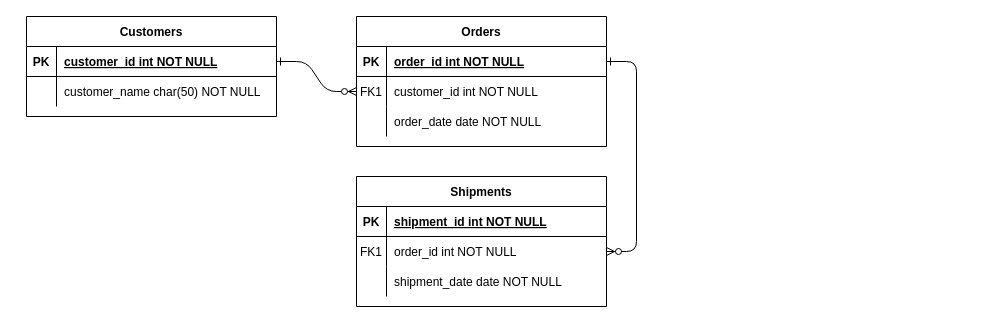
Earlier version of the draw.io diagram Diagrama sem nome.drawio (annynlinhares/WEB-2022). Source tidied: cells renumbered, new cells numbered last; positions are measured from the earlier drawing's top-left corner, leaving out a move shared by most shapes. Both pictures are drawn from the tidied source at 100%, with x=0, y=0 at pixel (26, 16).
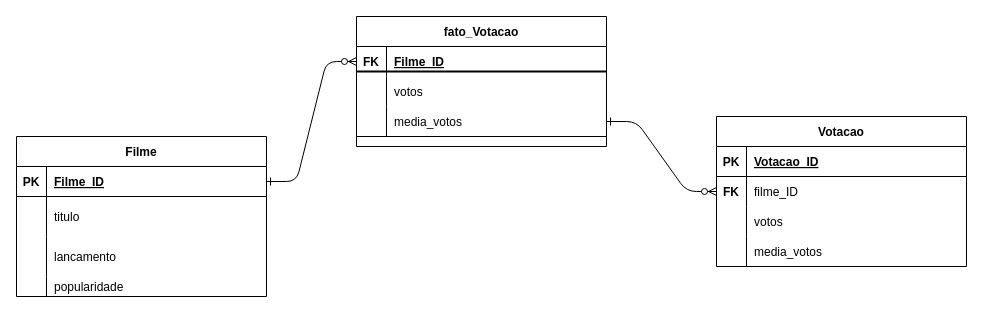
The same diagram, later.

Commit message:
tabela_filmes

The change refers to these unchanged cells:
```xml
<mxCell id="15" style="shape=partialRectangle;fillColor=none;top=0;left=0;right=0;bottom=1;" parent="14" vertex="1">
  <mxGeometry y="30" width="250" height="30" as="geometry" />
</mxCell>
<mxCell id="18" style="shape=partialRectangle;fillColor=none;points=[[0,0.5],[1,0.5]];portConstraint=eastwest;top=0;left=0;right=0;bottom=0;" parent="14" vertex="1">
  <mxGeometry y="60" width="250" height="30" as="geometry" />
</mxCell>
<mxCell id="25" style="shape=partialRectangle;fillColor=none;points=[[0,0.5],[1,0.5]];portConstraint=eastwest;top=0;left=0;right=0;bottom=1;" parent="24" vertex="1">
  <mxGeometry y="30" width="250" height="30" as="geometry" />
</mxCell>
```

The edit, as a diff of the source:
```diff
@@
-    <mxCell id="4" value="Orders" style="shape=table;startSize=30;childLayout=tableLayout;rowLines=0;fontStyle=1;align=center;" parent="1" vertex="1">
+    <mxCell id="4" value="fato_Votacao" style="shape=table;startSize=30;childLayout=tableLayout;rowLines=0;fontStyle=1;align=center;" parent="1" vertex="1">
       <mxGeometry x="330" width="250" height="130" as="geometry" />
     </mxCell>
-    <mxCell id="5" style="shape=partialRectangle;fillColor=none;points=[[0,0.5],[1,0.5]];portConstraint=eastwest;top=0;left=0;right=0;bottom=1;" parent="4" vertex="1">
-      <mxGeometry y="30" width="250" height="30" as="geometry" />
-    </mxCell>
-    <mxCell id="6" value="PK" style="shape=partialRectangle;overflow=hidden;fillColor=none;top=0;left=0;bottom=0;right=0;fontStyle=1;" parent="5" vertex="1">
-      <mxGeometry width="30" height="30" as="geometry" />
-    </mxCell>
-    <mxCell id="7" value="order_id int NOT NULL " style="shape=partialRectangle;overflow=hidden;fillColor=none;top=0;left=0;bottom=0;right=0;align=left;spacingLeft=6;fontStyle=5;" parent="5" vertex="1">
-      <mxGeometry x="30" width="220" height="30" as="geometry" />
-    </mxCell>
     <mxCell id="8" style="shape=partialRectangle;fillColor=none;points=[[0,0.5],[1,0.5]];portConstraint=eastwest;top=0;left=0;right=0;bottom=0;" parent="4" vertex="1">
-      <mxGeometry y="60" width="250" height="30" as="geometry" />
+      <mxGeometry y="30" width="250" height="30" as="geometry" />
     </mxCell>
-    <mxCell id="9" value="FK1" style="shape=partialRectangle;overflow=hidden;fillColor=none;top=0;left=0;bottom=0;right=0;" parent="8" vertex="1">
+    <mxCell id="9" value="FK" style="shape=partialRectangle;overflow=hidden;fillColor=none;top=0;left=0;bottom=0;right=0;fontStyle=1;" parent="8" vertex="1">
       <mxGeometry width="30" height="30" as="geometry" />
     </mxCell>
-    <mxCell id="10" value="customer_id int NOT NULL" style="shape=partialRectangle;overflow=hidden;fillColor=none;top=0;left=0;bottom=0;right=0;align=left;spacingLeft=6;" parent="8" vertex="1">
+    <mxCell id="10" value="Filme_ID" style="shape=partialRectangle;overflow=hidden;fillColor=none;top=0;left=0;bottom=0;right=0;align=left;spacingLeft=6;fontStyle=5;" parent="8" vertex="1">
       <mxGeometry x="30" width="220" height="30" as="geometry" />
     </mxCell>
     <mxCell id="11" style="shape=partialRectangle;fillColor=none;top=0;left=0;right=0;bottom=0;" parent="4" vertex="1">
-      <mxGeometry y="90" width="250" height="30" as="geometry" />
+      <mxGeometry y="60" width="250" height="30" as="geometry" />
     </mxCell>
-    <mxCell id="12" style="shape=partialRectangle;overflow=hidden;fillColor=none;top=0;left=0;bottom=0;right=0;" parent="11" vertex="1">
+    <mxCell id="12" style="shape=partialRectangle;overflow=hidden;fillColor=none;top=0;left=0;bottom=0;right=0;fontStyle=1;" parent="11" vertex="1">
       <mxGeometry width="30" height="30" as="geometry" />
     </mxCell>
-    <mxCell id="13" value="order_date date NOT NULL" style="shape=partialRectangle;overflow=hidden;fillColor=none;top=0;left=0;bottom=0;right=0;align=left;spacingLeft=6;" parent="11" vertex="1">
+    <mxCell id="13" value="votos" style="shape=partialRectangle;overflow=hidden;fillColor=none;top=0;left=0;bottom=0;right=0;align=left;spacingLeft=6;" parent="11" vertex="1">
       <mxGeometry x="30" width="220" height="30" as="geometry" />
     </mxCell>
+    <mxCell id="5" style="shape=partialRectangle;fillColor=none;points=[[0,0.5],[1,0.5]];portConstraint=eastwest;top=0;left=0;right=0;bottom=1;" parent="4" vertex="1">
+      <mxGeometry y="90" width="250" height="30" as="geometry" />
+    </mxCell>
+    <mxCell id="6" style="shape=partialRectangle;overflow=hidden;fillColor=none;top=0;left=0;bottom=0;right=0;fontStyle=1;" parent="5" vertex="1">
+      <mxGeometry width="30" height="30" as="geometry" />
+    </mxCell>
+    <mxCell id="7" value="media_votos" style="shape=partialRectangle;overflow=hidden;fillColor=none;top=0;left=0;bottom=0;right=0;align=left;spacingLeft=6;fontStyle=0;" parent="5" vertex="1">
+      <mxGeometry x="30" width="220" height="30" as="geometry" />
+    </mxCell>
-    <mxCell id="14" value="Shipments" style="shape=table;startSize=30;childLayout=tableLayout;rowLines=0;fontStyle=1;align=center;" parent="1" vertex="1">
-      <mxGeometry x="330" y="160" width="250" height="130" as="geometry" />
+    <mxCell id="14" value="Votacao" style="shape=table;startSize=30;childLayout=tableLayout;rowLines=0;fontStyle=1;align=center;" parent="1" vertex="1">
+      <mxGeometry x="690" y="100" width="250" height="150" as="geometry" />
     </mxCell>
@@
-    <mxCell id="17" value="shipment_id int NOT NULL " style="shape=partialRectangle;overflow=hidden;fillColor=none;top=0;left=0;bottom=0;right=0;align=left;spacingLeft=6;fontStyle=5;" parent="15" vertex="1">
+    <mxCell id="17" value="Votacao_ID" style="shape=partialRectangle;overflow=hidden;fillColor=none;top=0;left=0;bottom=0;right=0;align=left;spacingLeft=6;fontStyle=5;" parent="15" vertex="1">
       <mxGeometry x="30" width="220" height="30" as="geometry" />
     </mxCell>
@@
-    <mxCell id="19" value="FK1" style="shape=partialRectangle;overflow=hidden;fillColor=none;top=0;left=0;bottom=0;right=0;" parent="18" vertex="1">
+    <mxCell id="19" value="FK" style="shape=partialRectangle;overflow=hidden;fillColor=none;top=0;left=0;bottom=0;right=0;fontStyle=1;" parent="18" vertex="1">
       <mxGeometry width="30" height="30" as="geometry" />
     </mxCell>
-    <mxCell id="20" value="order_id int NOT NULL" style="shape=partialRectangle;overflow=hidden;fillColor=none;top=0;left=0;bottom=0;right=0;align=left;spacingLeft=6;" parent="18" vertex="1">
+    <mxCell id="20" value="filme_ID" style="shape=partialRectangle;overflow=hidden;fillColor=none;top=0;left=0;bottom=0;right=0;align=left;spacingLeft=6;" parent="18" vertex="1">
       <mxGeometry x="30" width="220" height="30" as="geometry" />
     </mxCell>
+    <mxCell id="31" style="shape=partialRectangle;fillColor=none;top=0;left=0;right=0;bottom=0;" parent="14" vertex="1">
+      <mxGeometry y="90" width="250" height="30" as="geometry" />
+    </mxCell>
+    <mxCell id="32" style="shape=partialRectangle;overflow=hidden;fillColor=none;top=0;left=0;bottom=0;right=0;fontStyle=1;" parent="31" vertex="1">
+      <mxGeometry width="30" height="30" as="geometry" />
+    </mxCell>
+    <mxCell id="33" value="votos" style="shape=partialRectangle;overflow=hidden;fillColor=none;top=0;left=0;bottom=0;right=0;align=left;spacingLeft=6;" parent="31" vertex="1">
+      <mxGeometry x="30" width="220" height="30" as="geometry" />
+    </mxCell>
     <mxCell id="21" style="shape=partialRectangle;fillColor=none;top=0;left=0;right=0;bottom=0;" parent="14" vertex="1">
-      <mxGeometry y="90" width="250" height="30" as="geometry" />
+      <mxGeometry y="120" width="250" height="30" as="geometry" />
     </mxCell>
@@
-    <mxCell id="23" value="shipment_date date NOT NULL" style="shape=partialRectangle;overflow=hidden;fillColor=none;top=0;left=0;bottom=0;right=0;align=left;spacingLeft=6;" parent="21" vertex="1">
+    <mxCell id="23" value="media_votos" style="shape=partialRectangle;overflow=hidden;fillColor=none;top=0;left=0;bottom=0;right=0;align=left;spacingLeft=6;" parent="21" vertex="1">
       <mxGeometry x="30" width="220" height="30" as="geometry" />
     </mxCell>
-    <mxCell id="24" value="Customers" style="shape=table;startSize=30;childLayout=tableLayout;rowLines=0;fontStyle=1;align=center;" parent="1" vertex="1">
-      <mxGeometry width="250" height="100" as="geometry" />
+    <mxCell id="24" value="Filme" style="shape=table;startSize=30;childLayout=tableLayout;rowLines=0;fontStyle=1;align=center;" parent="1" vertex="1">
+      <mxGeometry x="-10" y="120" width="250" height="160" as="geometry" />
     </mxCell>
@@
-    <mxCell id="27" value="customer_id int NOT NULL " style="shape=partialRectangle;overflow=hidden;fillColor=none;top=0;left=0;bottom=0;right=0;align=left;spacingLeft=6;fontStyle=5;" parent="25" vertex="1">
+    <mxCell id="27" value="Filme_ID" style="shape=partialRectangle;overflow=hidden;fillColor=none;top=0;left=0;bottom=0;right=0;align=left;spacingLeft=6;fontStyle=5;" parent="25" vertex="1">
       <mxGeometry x="30" width="220" height="30" as="geometry" />
     </mxCell>
     <mxCell id="28" style="shape=partialRectangle;fillColor=none;top=0;left=0;right=0;bottom=0;" parent="24" vertex="1">
-      <mxGeometry y="60" width="250" height="30" as="geometry" />
+      <mxGeometry y="60" width="250" height="40" as="geometry" />
     </mxCell>
-    <mxCell id="29" style="shape=partialRectangle;overflow=hidden;fillColor=none;top=0;left=0;bottom=0;right=0;" parent="28" vertex="1">
-      <mxGeometry width="30" height="30" as="geometry" />
+    <mxCell id="29" style="shape=partialRectangle;overflow=hidden;fillColor=none;top=0;left=0;bottom=0;right=0;fontStyle=1;" parent="28" vertex="1">
+      <mxGeometry width="30" height="40" as="geometry" />
     </mxCell>
-    <mxCell id="30" value="customer_name char(50) NOT NULL" style="shape=partialRectangle;overflow=hidden;fillColor=none;top=0;left=0;bottom=0;right=0;align=left;spacingLeft=6;" parent="28" vertex="1">
-      <mxGeometry x="30" width="220" height="30" as="geometry" />
+    <mxCell id="30" value="titulo" style="shape=partialRectangle;overflow=hidden;fillColor=none;top=0;left=0;bottom=0;right=0;align=left;spacingLeft=6;" parent="28" vertex="1">
+      <mxGeometry x="30" width="220" height="40" as="geometry" />
     </mxCell>
+    <mxCell id="34" style="shape=partialRectangle;fillColor=none;top=0;left=0;right=0;bottom=0;" parent="24" vertex="1">
+      <mxGeometry y="100" width="250" height="40" as="geometry" />
+    </mxCell>
+    <mxCell id="35" style="shape=partialRectangle;overflow=hidden;fillColor=none;top=0;left=0;bottom=0;right=0;fontStyle=1;" parent="34" vertex="1">
+      <mxGeometry width="30" height="40" as="geometry" />
+    </mxCell>
+    <mxCell id="36" value="lancamento" style="shape=partialRectangle;overflow=hidden;fillColor=none;top=0;left=0;bottom=0;right=0;align=left;spacingLeft=6;" parent="34" vertex="1">
+      <mxGeometry x="30" width="220" height="40" as="geometry" />
+    </mxCell>
+    <mxCell id="37" style="shape=partialRectangle;fillColor=none;top=0;left=0;right=0;bottom=0;" parent="24" vertex="1">
+      <mxGeometry y="140" width="250" height="20" as="geometry" />
+    </mxCell>
+    <mxCell id="38" style="shape=partialRectangle;overflow=hidden;fillColor=none;top=0;left=0;bottom=0;right=0;fontStyle=1;" parent="37" vertex="1">
+      <mxGeometry width="30" height="20" as="geometry" />
+    </mxCell>
+    <mxCell id="39" value="popularidade" style="shape=partialRectangle;overflow=hidden;fillColor=none;top=0;left=0;bottom=0;right=0;align=left;spacingLeft=6;" parent="37" vertex="1">
+      <mxGeometry x="30" width="220" height="20" as="geometry" />
+    </mxCell>
+    <mxCell id="40" style="line;strokeWidth=2;html=1;" parent="1" vertex="1">
+      <mxGeometry x="330" y="50" width="250" height="10" as="geometry" />
+    </mxCell>
```
